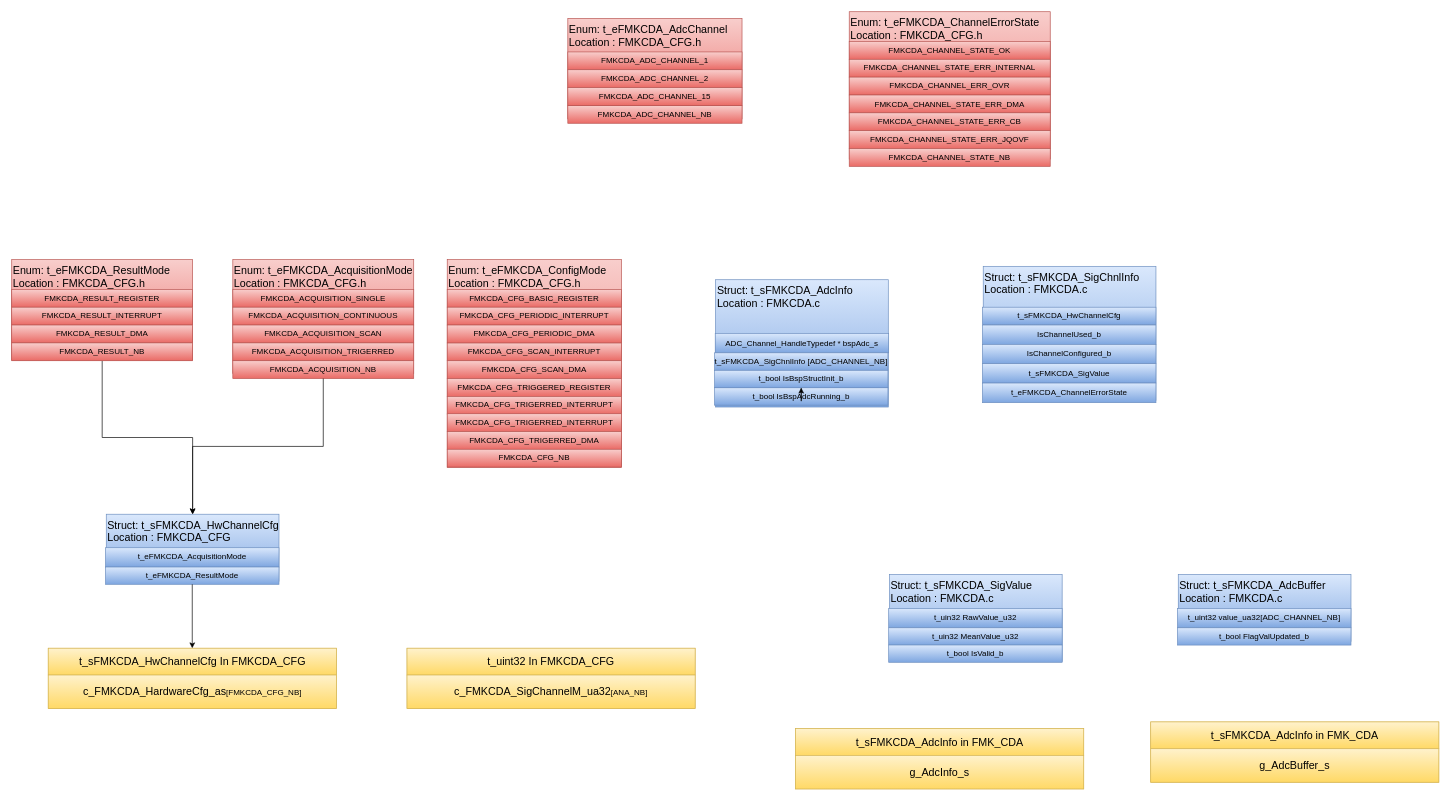
This is page "Types" (1 of 9) of src/1_FMK/FMK_HAL/FMK_CDA/Doc/FMK_CDA.drawio from mbarbeau0545/Stm32PrjTpl, a draw.io file, before an edit. Source tidied: cells renumbered, new cells numbered last; positions are measured from the earlier drawing's top-left corner, leaving out a move shared by most shapes. Both pictures are drawn from the tidied source at 67%, with x=0, y=0 at pixel (11, 11).
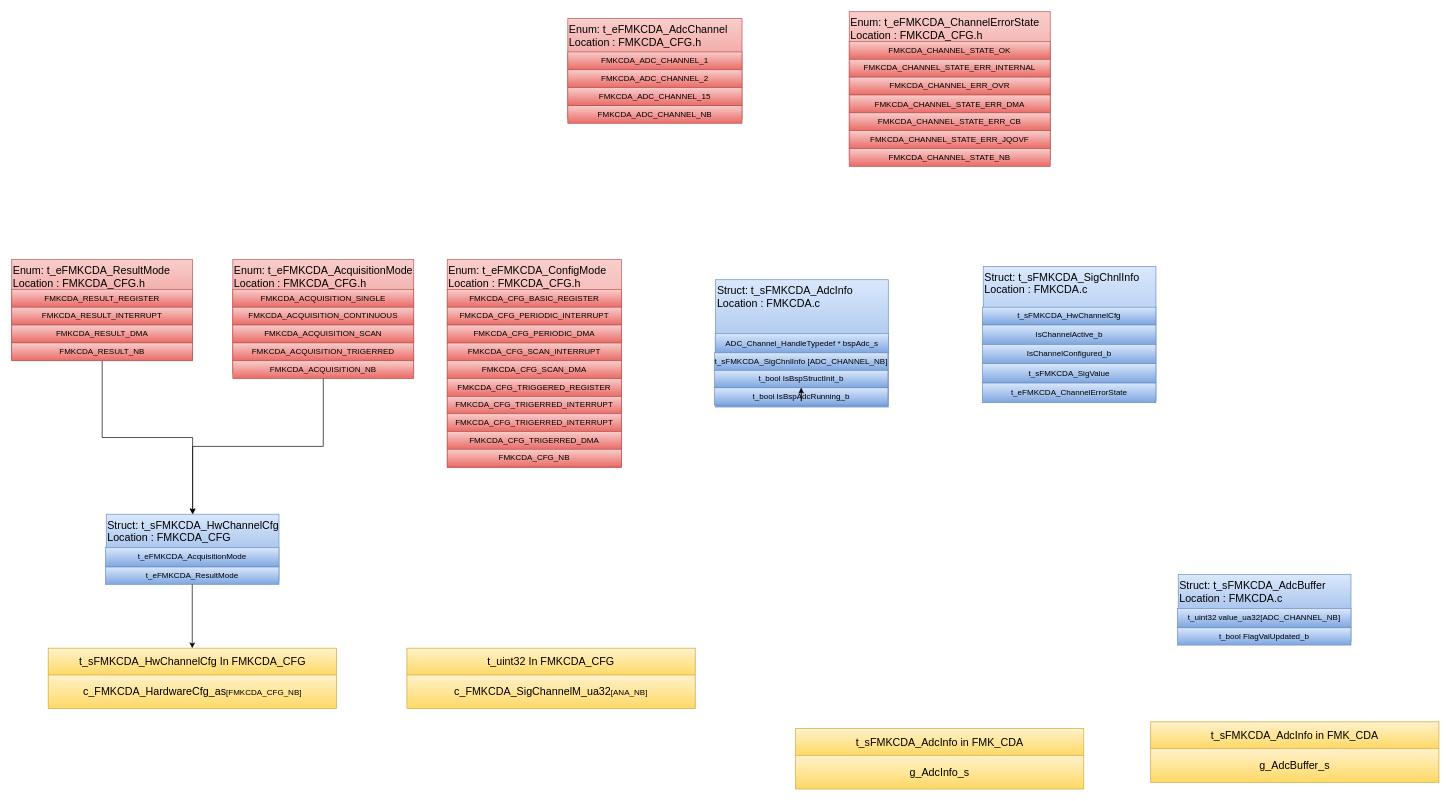
Above is the later version.

Diff of the diagram source:
```diff
@@
-    <mxCell id="50" style="group;" parent="1" vertex="1">
-      <mxGeometry x="1308.9" y="840" width="258.9" height="131" as="geometry" />
-    </mxCell>
-    <mxCell id="51" value="&lt;span style=&quot;color: rgb(0, 0, 0); text-wrap: nowrap;&quot;&gt;Struct: t_sFMKCDA_SigValue&lt;/span&gt;&lt;div&gt;&lt;span style=&quot;color: rgb(0, 0, 0); text-wrap: nowrap;&quot;&gt;Location : FMKCDA.c&lt;/span&gt;&lt;/div&gt;" style="rounded=0;whiteSpace=wrap;html=1;verticalAlign=top;fillColor=#dae8fc;gradientColor=#7ea6e0;strokeColor=#6c8ebf;fontSize=16;align=left;fontStyle=0;" parent="50" vertex="1">
-      <mxGeometry x="1.1" width="257.8" height="130" as="geometry" />
-    </mxCell>
-    <mxCell id="52" value="&lt;span style=&quot;color: rgb(0, 0, 0); text-align: left; text-wrap: nowrap;&quot;&gt;t_uin32 RawValue_u32&lt;/span&gt;" style="rounded=0;whiteSpace=wrap;html=1;fillColor=#dae8fc;gradientColor=#7ea6e0;strokeColor=#6c8ebf;fontStyle=0;" parent="50" vertex="1">
-      <mxGeometry y="50.6" width="258.9" height="28.8" as="geometry" />
-    </mxCell>
-    <mxCell id="53" value="&lt;span style=&quot;color: rgb(0, 0, 0); text-align: left; text-wrap: nowrap;&quot;&gt;t_uin32 MeanValue_u32&lt;/span&gt;" style="rounded=0;whiteSpace=wrap;html=1;fillColor=#dae8fc;gradientColor=#7ea6e0;strokeColor=#6c8ebf;fontStyle=0;" parent="50" vertex="1">
-      <mxGeometry y="79.5" width="258.9" height="25.8" as="geometry" />
-    </mxCell>
-    <mxCell id="54" value="&lt;span style=&quot;color: rgb(0, 0, 0); text-align: left; text-wrap: nowrap;&quot;&gt;t_bool IsValid_b&lt;/span&gt;" style="rounded=0;whiteSpace=wrap;html=1;fillColor=#dae8fc;gradientColor=#7ea6e0;strokeColor=#6c8ebf;fontStyle=0;" parent="50" vertex="1">
-      <mxGeometry y="105.2" width="258.9" height="25.8" as="geometry" />
-    </mxCell>
@@
-    <mxCell id="72" value="&lt;div style=&quot;text-align: left;&quot;&gt;&lt;font color=&quot;#000000&quot;&gt;IsChannelUsed_b&lt;/font&gt;&lt;/div&gt;" style="rounded=0;whiteSpace=wrap;html=1;fillColor=#dae8fc;gradientColor=#7ea6e0;strokeColor=#6c8ebf;fontStyle=0;" parent="1" vertex="1">
+    <mxCell id="72" value="&lt;div style=&quot;text-align: left;&quot;&gt;&lt;font color=&quot;#000000&quot;&gt;IsChannelActive_b&lt;/font&gt;&lt;/div&gt;" style="rounded=0;whiteSpace=wrap;html=1;fillColor=#dae8fc;gradientColor=#7ea6e0;strokeColor=#6c8ebf;fontStyle=0;" parent="1" vertex="1">
       <mxGeometry x="1448.9" y="467.6" width="258.9" height="28.8" as="geometry" />
     </mxCell>
```
